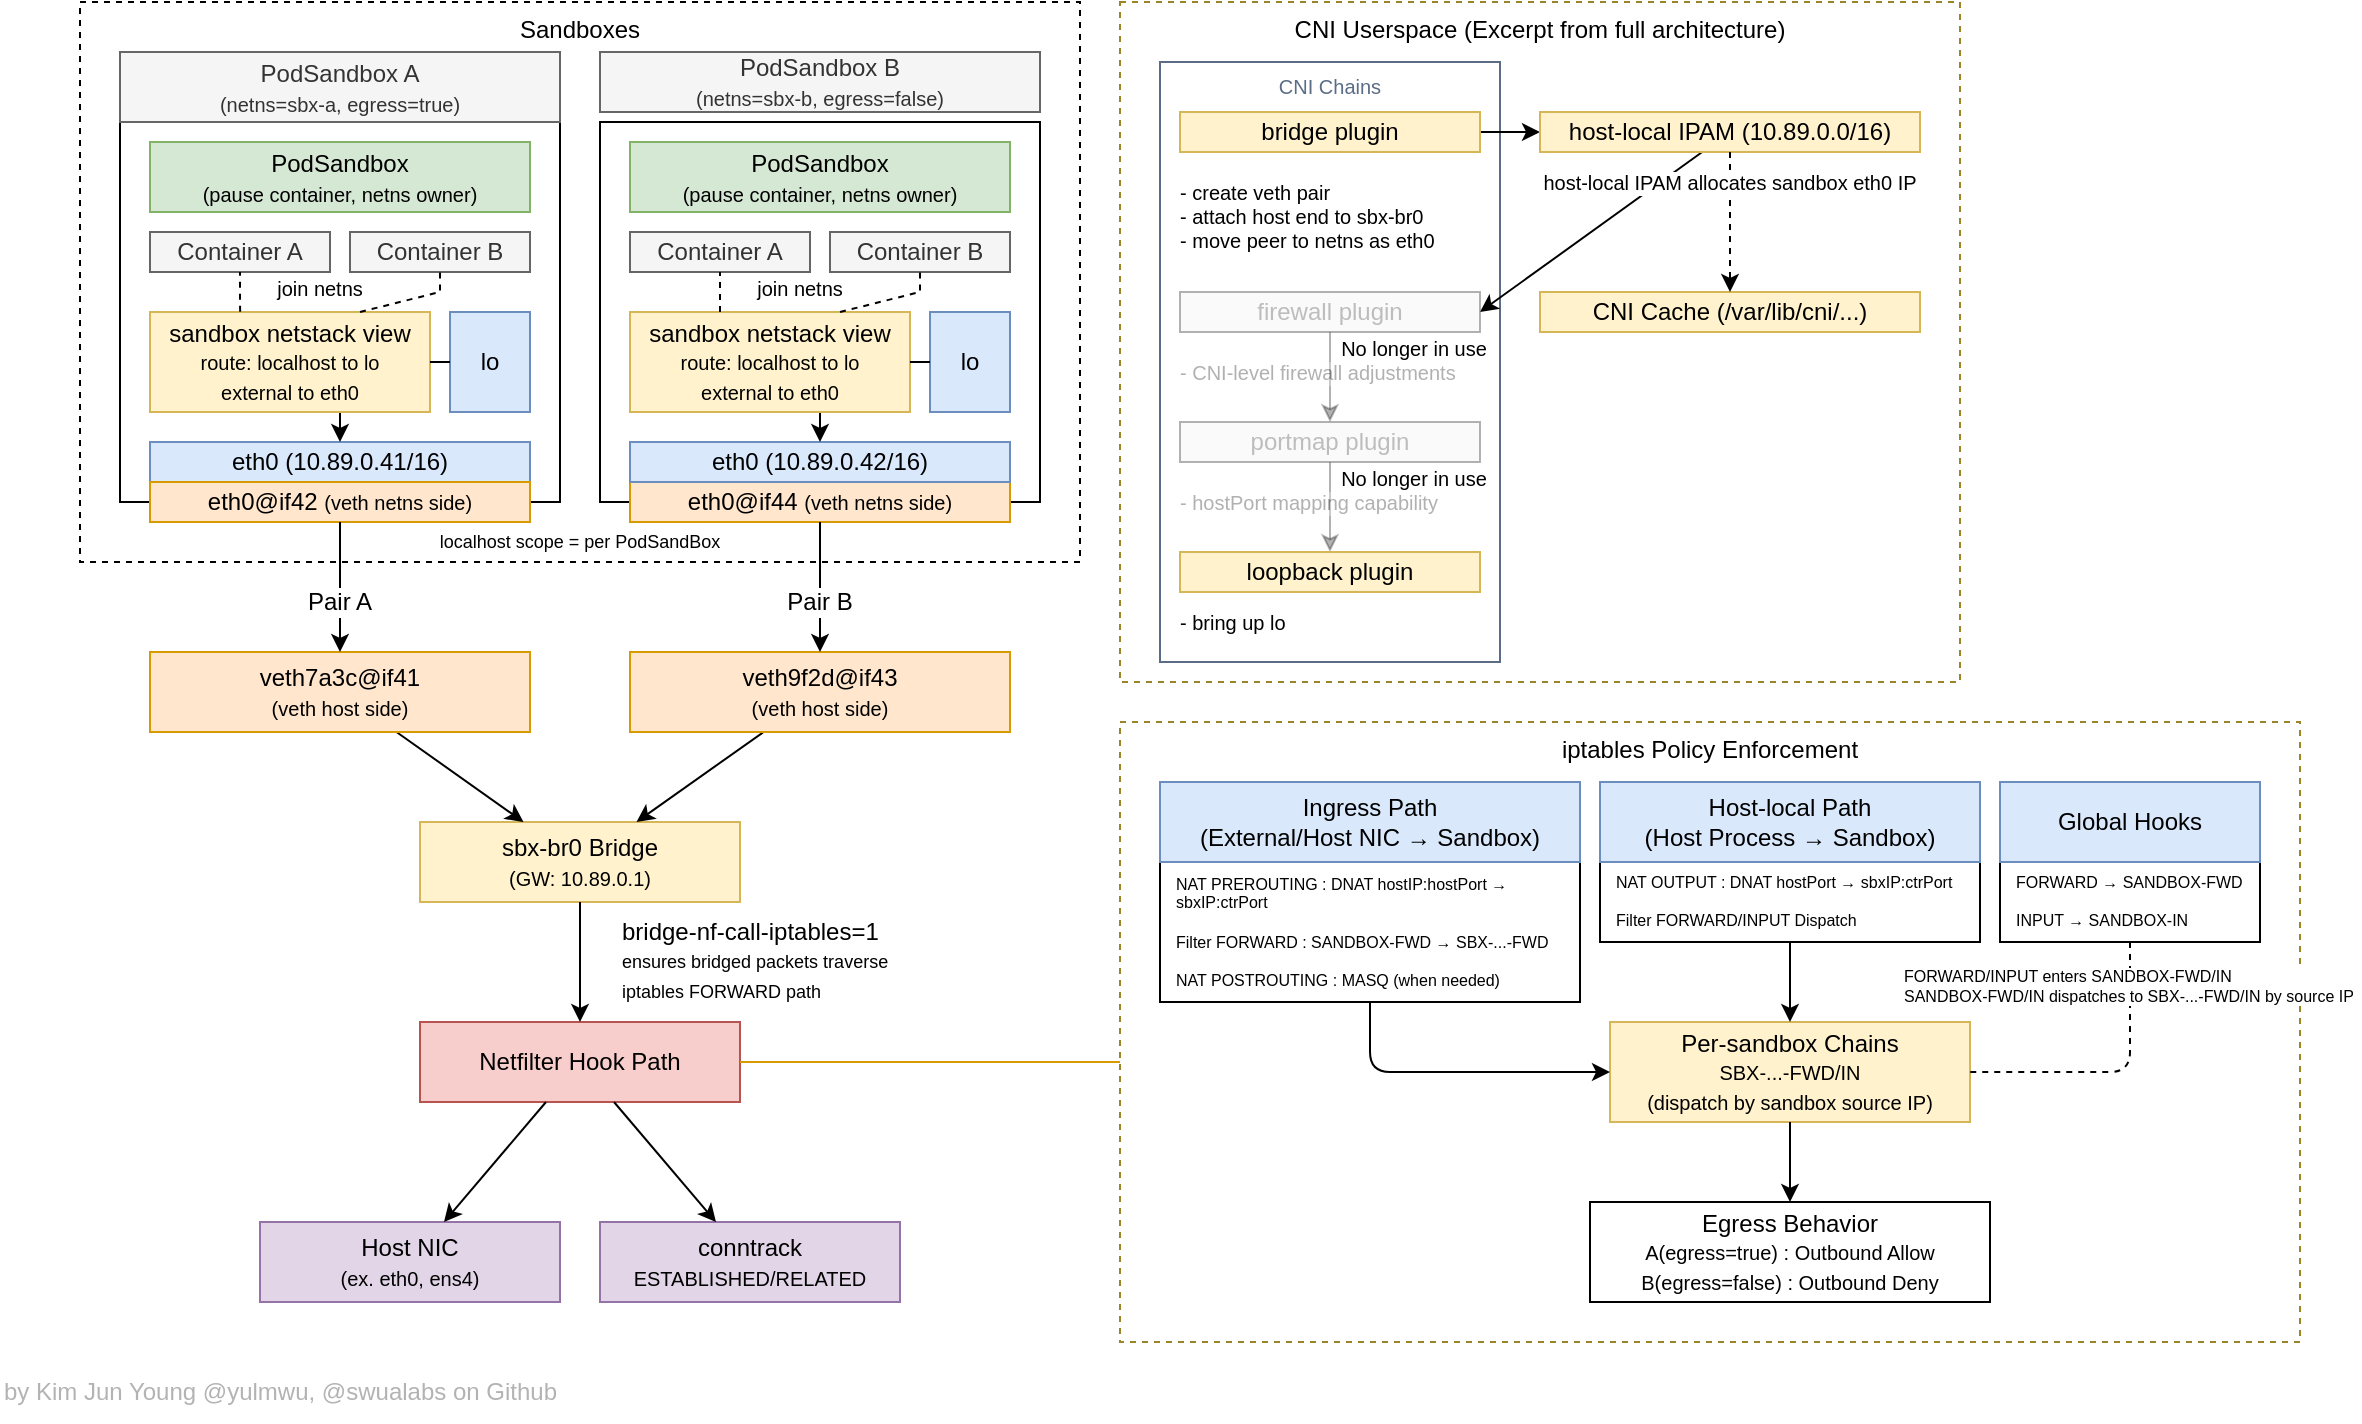
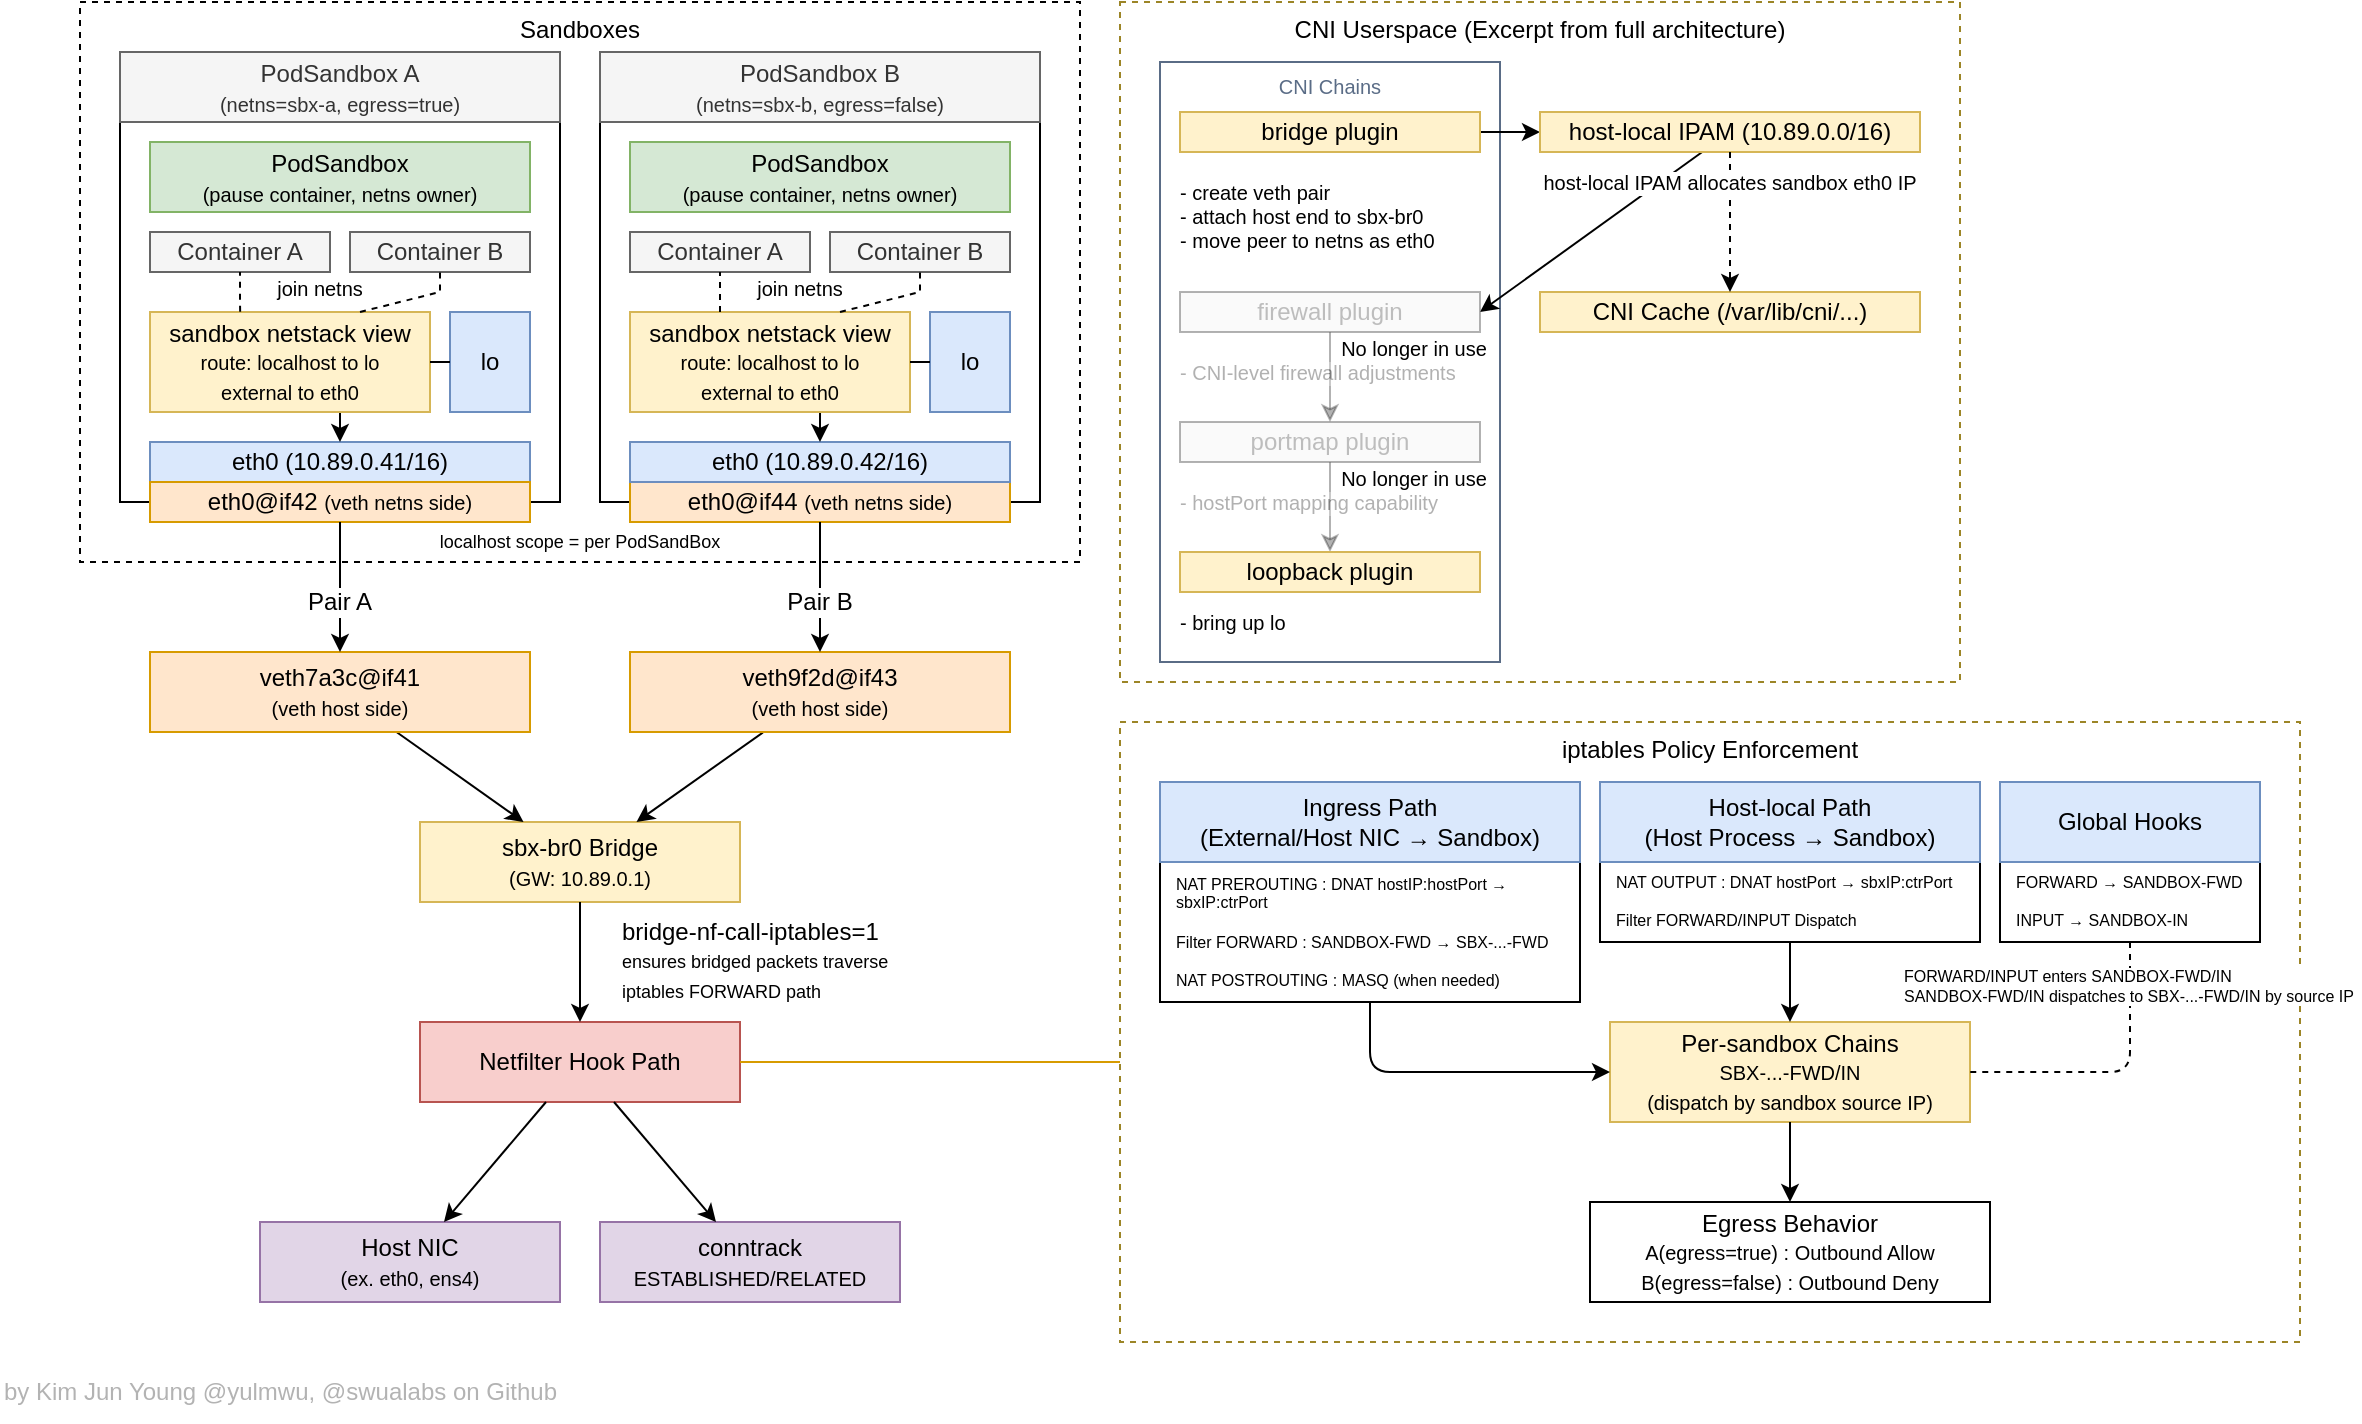
<mxfile host="Electron" scale="3" border="10">
  <diagram name="페이지-1" id="UF--blD3G9ZxMvLRWmGi">
-     <mxGraphModel dx="1778" dy="1039" grid="1" gridSize="10" guides="1" tooltips="1" connect="1" arrows="1" fold="1" page="1" pageScale="1" pageWidth="3300" pageHeight="4681" math="0" shadow="0">
+     <mxGraphModel dx="802" dy="505" grid="1" gridSize="10" guides="1" tooltips="1" connect="1" arrows="1" fold="1" page="1" pageScale="1" pageWidth="3300" pageHeight="4681" math="0" shadow="0">
      <root>
        <mxCell id="0" />
        <mxCell id="1" parent="0" />
        <mxCell id="LPTPCxmP-7b9D6Za-Sxr-2" parent="1" style="fillColor=none;strokeColor=#000000;verticalAlign=top;fontStyle=0;fontColor=#000000;whiteSpace=wrap;html=1;dashed=1;fontFamily=Helvetica;" value="Sandboxes" vertex="1">
          <mxGeometry height="280" width="500" x="920" y="90" as="geometry" />
        </mxCell>
        <mxCell id="LPTPCxmP-7b9D6Za-Sxr-4" parent="1" style="rounded=0;whiteSpace=wrap;html=1;fontFamily=Helvetica;" value="" vertex="1">
          <mxGeometry height="190" width="220" x="940" y="150" as="geometry" />
        </mxCell>
        <mxCell id="LPTPCxmP-7b9D6Za-Sxr-5" parent="1" style="rounded=0;whiteSpace=wrap;html=1;fontFamily=Helvetica;" value="" vertex="1">
          <mxGeometry height="190" width="220" x="1180" y="150" as="geometry" />
        </mxCell>
        <mxCell id="LPTPCxmP-7b9D6Za-Sxr-1" parent="1" style="rounded=0;whiteSpace=wrap;html=1;fillColor=#f5f5f5;strokeColor=#666666;fontColor=#333333;fontFamily=Helvetica;" value="PodSandbox A&lt;br&gt;&lt;font style=&quot;font-size: 10px;&quot;&gt;(netns=sbx-a, egress=true)&lt;/font&gt;" vertex="1">
          <mxGeometry height="35" width="220" x="940" y="115" as="geometry" />
        </mxCell>
        <mxCell id="LPTPCxmP-7b9D6Za-Sxr-3" parent="1" style="rounded=0;whiteSpace=wrap;html=1;fillColor=#f5f5f5;strokeColor=#666666;fontColor=#333333;fontFamily=Helvetica;" value="PodSandbox B&lt;div&gt;&lt;font style=&quot;font-size: 10px;&quot;&gt;(netns=sbx-b, egress=false)&lt;/font&gt;&lt;/div&gt;" vertex="1">
-           <mxGeometry height="30" width="220" x="1180" y="115" as="geometry" />
+           <mxGeometry height="35" width="220" x="1180" y="115" as="geometry" />
        </mxCell>
        <mxCell id="LPTPCxmP-7b9D6Za-Sxr-6" parent="1" style="rounded=0;whiteSpace=wrap;html=1;fillColor=#dae8fc;strokeColor=#6c8ebf;fontFamily=Helvetica;" value="eth0 (10.89.0.41/16)" vertex="1">
          <mxGeometry height="20" width="190" x="955" y="310" as="geometry" />
        </mxCell>
        <mxCell id="LPTPCxmP-7b9D6Za-Sxr-7" parent="1" style="rounded=0;whiteSpace=wrap;html=1;fillColor=#ffe6cc;strokeColor=#d79b00;fontFamily=Helvetica;" value="eth0@if42 &lt;font style=&quot;font-size: 10px;&quot;&gt;(veth netns side)&lt;/font&gt;" vertex="1">
          <mxGeometry height="20" width="190" x="955" y="330" as="geometry" />
        </mxCell>
        <mxCell id="LPTPCxmP-7b9D6Za-Sxr-8" parent="1" style="rounded=0;whiteSpace=wrap;html=1;fillColor=#ffe6cc;strokeColor=#d79b00;fontFamily=Helvetica;" value="eth0@if44 &lt;font style=&quot;font-size: 10px;&quot;&gt;(veth netns side)&lt;/font&gt;" vertex="1">
          <mxGeometry height="20" width="190" x="1195" y="330" as="geometry" />
        </mxCell>
        <mxCell id="LPTPCxmP-7b9D6Za-Sxr-9" parent="1" style="rounded=0;whiteSpace=wrap;html=1;fillColor=#dae8fc;strokeColor=#6c8ebf;fontFamily=Helvetica;" value="eth0 (10.89.0.42/16)" vertex="1">
          <mxGeometry height="20" width="190" x="1195" y="310" as="geometry" />
        </mxCell>
        <mxCell id="LPTPCxmP-7b9D6Za-Sxr-10" parent="1" style="rounded=0;whiteSpace=wrap;html=1;fillColor=#f5f5f5;strokeColor=#666666;fontColor=#333333;fontFamily=Helvetica;" value="Container A" vertex="1">
          <mxGeometry height="20" width="90" x="955" y="205" as="geometry" />
        </mxCell>
        <mxCell id="LPTPCxmP-7b9D6Za-Sxr-11" parent="1" style="rounded=0;whiteSpace=wrap;html=1;fillColor=#f5f5f5;strokeColor=#666666;fontColor=#333333;fontFamily=Helvetica;" value="Container B" vertex="1">
          <mxGeometry height="20" width="90" x="1055" y="205" as="geometry" />
        </mxCell>
        <mxCell id="LPTPCxmP-7b9D6Za-Sxr-25" edge="1" parent="1" source="LPTPCxmP-7b9D6Za-Sxr-13" style="edgeStyle=orthogonalEdgeStyle;rounded=0;orthogonalLoop=1;jettySize=auto;html=1;fontFamily=Helvetica;" target="LPTPCxmP-7b9D6Za-Sxr-6">
          <mxGeometry relative="1" as="geometry">
            <Array as="points">
              <mxPoint x="1050" y="300" />
              <mxPoint x="1050" y="300" />
            </Array>
          </mxGeometry>
        </mxCell>
        <mxCell id="LPTPCxmP-7b9D6Za-Sxr-13" parent="1" style="rounded=0;whiteSpace=wrap;html=1;fillColor=#fff2cc;strokeColor=#d6b656;fontFamily=Helvetica;" value="sandbox netstack view&lt;br&gt;&lt;font style=&quot;font-size: 10px;&quot;&gt;route: localhost to lo&lt;br&gt;external to eth0&lt;/font&gt;" vertex="1">
          <mxGeometry height="50" width="140" x="955" y="245" as="geometry" />
        </mxCell>
        <mxCell id="LPTPCxmP-7b9D6Za-Sxr-14" parent="1" style="rounded=0;whiteSpace=wrap;html=1;fillColor=#dae8fc;strokeColor=#6c8ebf;fontFamily=Helvetica;" value="lo" vertex="1">
          <mxGeometry height="50" width="40" x="1105" y="245" as="geometry" />
        </mxCell>
        <mxCell id="LPTPCxmP-7b9D6Za-Sxr-20" edge="1" parent="1" source="LPTPCxmP-7b9D6Za-Sxr-13" style="endArrow=none;html=1;rounded=0;fontFamily=Helvetica;" target="LPTPCxmP-7b9D6Za-Sxr-14" value="">
          <mxGeometry height="50" relative="1" width="50" as="geometry">
            <mxPoint x="1165" y="310" as="sourcePoint" />
            <mxPoint x="1215" y="260" as="targetPoint" />
          </mxGeometry>
        </mxCell>
        <mxCell id="LPTPCxmP-7b9D6Za-Sxr-28" edge="1" parent="1" style="edgeStyle=orthogonalEdgeStyle;rounded=0;orthogonalLoop=1;jettySize=auto;html=1;fontFamily=Helvetica;">
          <mxGeometry relative="1" as="geometry">
            <Array as="points">
              <mxPoint x="1290" y="300" />
              <mxPoint x="1290" y="300" />
            </Array>
            <mxPoint x="1290.0285714285715" y="290" as="sourcePoint" />
            <mxPoint x="1290" y="310" as="targetPoint" />
          </mxGeometry>
        </mxCell>
        <mxCell id="LPTPCxmP-7b9D6Za-Sxr-34" parent="1" style="fillColor=none;strokeColor=#9C8527;verticalAlign=top;fontStyle=0;fontColor=#000000;whiteSpace=wrap;html=1;dashed=1;fontFamily=Helvetica;" value="CNI Userspace (Excerpt from full architecture)" vertex="1">
          <mxGeometry height="340" width="420" x="1440" y="90" as="geometry" />
        </mxCell>
        <mxCell id="LPTPCxmP-7b9D6Za-Sxr-35" parent="1" style="fillColor=none;strokeColor=#5A6C86;verticalAlign=top;fontStyle=0;fontColor=#5A6C86;whiteSpace=wrap;html=1;labelBackgroundColor=default;fontSize=10;fontFamily=Helvetica;" value="CNI Chains" vertex="1">
          <mxGeometry height="300" width="170" x="1460" y="120" as="geometry" />
        </mxCell>
        <mxCell id="LPTPCxmP-7b9D6Za-Sxr-54" edge="1" parent="1" source="LPTPCxmP-7b9D6Za-Sxr-41" style="rounded=0;orthogonalLoop=1;jettySize=auto;entryX=1;entryY=0.5;entryDx=0;entryDy=0;fontFamily=Helvetica;" target="LPTPCxmP-7b9D6Za-Sxr-37" value="">
          <mxGeometry relative="1" as="geometry" />
        </mxCell>
        <mxCell id="LPTPCxmP-7b9D6Za-Sxr-60" edge="1" parent="1" source="LPTPCxmP-7b9D6Za-Sxr-36" style="edgeStyle=orthogonalEdgeStyle;rounded=0;orthogonalLoop=1;jettySize=auto;html=1;fontFamily=Helvetica;" target="LPTPCxmP-7b9D6Za-Sxr-41">
          <mxGeometry relative="1" as="geometry" />
        </mxCell>
        <mxCell id="LPTPCxmP-7b9D6Za-Sxr-36" parent="1" style="rounded=0;whiteSpace=wrap;html=1;fillColor=#fff2cc;strokeColor=#d6b656;fontFamily=Helvetica;" value="bridge plugin" vertex="1">
          <mxGeometry height="20" width="150" x="1470" y="145" as="geometry" />
        </mxCell>
        <mxCell id="LPTPCxmP-7b9D6Za-Sxr-56" edge="1" parent="1" source="LPTPCxmP-7b9D6Za-Sxr-37" style="edgeStyle=orthogonalEdgeStyle;rounded=0;orthogonalLoop=1;jettySize=auto;html=1;textOpacity=30;opacity=30;fontFamily=Helvetica;" target="LPTPCxmP-7b9D6Za-Sxr-38">
          <mxGeometry relative="1" as="geometry" />
        </mxCell>
        <mxCell id="LPTPCxmP-7b9D6Za-Sxr-37" parent="1" style="rounded=0;whiteSpace=wrap;html=1;fillColor=#f5f5f5;strokeColor=#666666;textOpacity=30;fontColor=#333333;opacity=50;fontFamily=Helvetica;" value="firewall plugin" vertex="1">
          <mxGeometry height="20" width="150" x="1470" y="235" as="geometry" />
        </mxCell>
        <mxCell id="LPTPCxmP-7b9D6Za-Sxr-58" edge="1" parent="1" source="LPTPCxmP-7b9D6Za-Sxr-38" style="edgeStyle=orthogonalEdgeStyle;rounded=0;orthogonalLoop=1;jettySize=auto;html=1;textOpacity=30;opacity=30;fontFamily=Helvetica;" target="LPTPCxmP-7b9D6Za-Sxr-39">
          <mxGeometry relative="1" as="geometry" />
        </mxCell>
        <mxCell id="LPTPCxmP-7b9D6Za-Sxr-38" parent="1" style="rounded=0;whiteSpace=wrap;html=1;fillColor=#f5f5f5;strokeColor=#666666;textOpacity=30;fontColor=#333333;opacity=50;fontFamily=Helvetica;" value="portmap plugin" vertex="1">
          <mxGeometry height="20" width="150" x="1470" y="300" as="geometry" />
        </mxCell>
        <mxCell id="LPTPCxmP-7b9D6Za-Sxr-39" parent="1" style="rounded=0;whiteSpace=wrap;html=1;fillColor=#fff2cc;strokeColor=#d6b656;fontFamily=Helvetica;" value="loopback plugin" vertex="1">
          <mxGeometry height="20" width="150" x="1470" y="365" as="geometry" />
        </mxCell>
        <mxCell id="LPTPCxmP-7b9D6Za-Sxr-40" parent="1" style="rounded=0;whiteSpace=wrap;html=1;fillColor=#fff2cc;strokeColor=#d6b656;fontFamily=Helvetica;" value="CNI Cache (/var/lib/cni/...)" vertex="1">
          <mxGeometry height="20" width="190" x="1650" y="235" as="geometry" />
        </mxCell>
        <mxCell id="LPTPCxmP-7b9D6Za-Sxr-41" parent="1" style="rounded=0;whiteSpace=wrap;html=1;fillColor=#fff2cc;strokeColor=#d6b656;fontFamily=Helvetica;" value="host-local IPAM (10.89.0.0/16)" vertex="1">
          <mxGeometry height="20" width="190" x="1650" y="145" as="geometry" />
        </mxCell>
        <mxCell id="LPTPCxmP-7b9D6Za-Sxr-53" edge="1" parent="1" source="LPTPCxmP-7b9D6Za-Sxr-41" style="edgeStyle=orthogonalEdgeStyle;rounded=0;orthogonalLoop=1;jettySize=auto;html=1;dashed=1;fontFamily=Helvetica;" target="LPTPCxmP-7b9D6Za-Sxr-40">
          <mxGeometry relative="1" as="geometry" />
        </mxCell>
        <mxCell id="LPTPCxmP-7b9D6Za-Sxr-43" parent="1" style="rounded=0;whiteSpace=wrap;html=1;fillColor=#fff2cc;strokeColor=#d6b656;fontFamily=Helvetica;" value="sbx-br0 Bridge&lt;br&gt;&lt;font style=&quot;font-size: 10px;&quot;&gt;(GW: 10.89.0.1)&lt;/font&gt;" vertex="1">
          <mxGeometry height="40" width="160" x="1090" y="500" as="geometry" />
        </mxCell>
        <mxCell id="LPTPCxmP-7b9D6Za-Sxr-42" parent="1" style="text;whiteSpace=wrap;strokeColor=none;fillColor=none;align=center;verticalAlign=middle;rounded=0;fontSize=10;spacing=0;labelBackgroundColor=default;fontFamily=Helvetica;" value="host-local IPAM allocates sandbox eth0 IP" vertex="1">
          <mxGeometry height="30" width="240" x="1625" y="165" as="geometry" />
        </mxCell>
        <mxCell id="LPTPCxmP-7b9D6Za-Sxr-44" parent="1" style="text;whiteSpace=wrap;strokeColor=none;fillColor=none;align=left;verticalAlign=top;rounded=0;spacing=0;labelBackgroundColor=default;fontSize=10;fontFamily=Helvetica;" value="- create veth pair&#xa;- attach host end to sbx-br0&#xa;- move peer to netns as eth0" vertex="1">
          <mxGeometry height="30" width="170" x="1470" y="175" as="geometry" />
        </mxCell>
        <mxCell id="LPTPCxmP-7b9D6Za-Sxr-55" parent="1" style="text;whiteSpace=wrap;strokeColor=none;fillColor=none;align=left;verticalAlign=top;rounded=0;spacing=0;labelBackgroundColor=default;fontSize=10;textOpacity=30;fontFamily=Helvetica;" value="- CNI-level firewall adjustments" vertex="1">
          <mxGeometry height="30" width="170" x="1470" y="265" as="geometry" />
        </mxCell>
        <mxCell id="LPTPCxmP-7b9D6Za-Sxr-57" parent="1" style="text;whiteSpace=wrap;strokeColor=none;fillColor=none;align=left;verticalAlign=top;rounded=0;spacing=0;labelBackgroundColor=default;fontSize=10;textOpacity=30;fontFamily=Helvetica;" value="- hostPort mapping capability" vertex="1">
          <mxGeometry height="30" width="170" x="1470" y="330" as="geometry" />
        </mxCell>
        <mxCell id="LPTPCxmP-7b9D6Za-Sxr-59" parent="1" style="text;whiteSpace=wrap;strokeColor=none;fillColor=none;align=left;verticalAlign=top;rounded=0;spacing=0;labelBackgroundColor=default;fontSize=10;fontFamily=Helvetica;" value="- bring up lo" vertex="1">
          <mxGeometry height="30" width="170" x="1470" y="390" as="geometry" />
        </mxCell>
        <mxCell id="acDl6sFyb50a_xbPLVYj-8" edge="1" parent="1" source="LPTPCxmP-7b9D6Za-Sxr-61" style="rounded=0;orthogonalLoop=1;jettySize=auto;html=1;fontFamily=Helvetica;" target="LPTPCxmP-7b9D6Za-Sxr-43">
          <mxGeometry relative="1" as="geometry" />
        </mxCell>
        <mxCell id="LPTPCxmP-7b9D6Za-Sxr-61" parent="1" style="rounded=0;whiteSpace=wrap;html=1;fillColor=#ffe6cc;strokeColor=#d79b00;fontFamily=Helvetica;" value="veth7a3c@if41&lt;br&gt;&lt;div&gt;&lt;font style=&quot;font-size: 10px;&quot;&gt;(veth host side)&lt;/font&gt;&lt;/div&gt;" vertex="1">
          <mxGeometry height="40" width="190" x="955" y="415" as="geometry" />
        </mxCell>
        <mxCell id="acDl6sFyb50a_xbPLVYj-9" edge="1" parent="1" source="LPTPCxmP-7b9D6Za-Sxr-62" style="rounded=0;orthogonalLoop=1;jettySize=auto;html=1;fontFamily=Helvetica;" target="LPTPCxmP-7b9D6Za-Sxr-43">
          <mxGeometry relative="1" as="geometry" />
        </mxCell>
        <mxCell id="LPTPCxmP-7b9D6Za-Sxr-62" parent="1" style="rounded=0;whiteSpace=wrap;html=1;fillColor=#ffe6cc;strokeColor=#d79b00;fontFamily=Helvetica;" value="veth9f2d@if43&lt;div&gt;&lt;font style=&quot;font-size: 10px;&quot;&gt;(veth host side)&lt;/font&gt;&lt;/div&gt;" vertex="1">
          <mxGeometry height="40" width="190" x="1195" y="415" as="geometry" />
        </mxCell>
        <mxCell id="acDl6sFyb50a_xbPLVYj-2" edge="1" parent="1" source="LPTPCxmP-7b9D6Za-Sxr-8" style="rounded=0;orthogonalLoop=1;jettySize=auto;html=1;fontFamily=Helvetica;" target="LPTPCxmP-7b9D6Za-Sxr-62">
          <mxGeometry relative="1" as="geometry">
            <mxPoint x="1210" y="440" as="sourcePoint" />
            <mxPoint x="1210" y="480" as="targetPoint" />
          </mxGeometry>
        </mxCell>
        <mxCell id="acDl6sFyb50a_xbPLVYj-3" edge="1" parent="1" source="LPTPCxmP-7b9D6Za-Sxr-7" style="endArrow=classic;html=1;rounded=0;fontFamily=Helvetica;" target="LPTPCxmP-7b9D6Za-Sxr-61" value="">
          <mxGeometry height="50" relative="1" width="50" as="geometry">
            <mxPoint x="1160" y="410" as="sourcePoint" />
            <mxPoint x="1210" y="360" as="targetPoint" />
          </mxGeometry>
        </mxCell>
        <mxCell id="acDl6sFyb50a_xbPLVYj-5" parent="1" style="text;html=1;whiteSpace=wrap;strokeColor=none;fillColor=none;align=center;verticalAlign=middle;rounded=0;labelBackgroundColor=default;fontFamily=Helvetica;" value="Pair A" vertex="1">
          <mxGeometry height="30" width="60" x="1020" y="375" as="geometry" />
        </mxCell>
        <mxCell id="acDl6sFyb50a_xbPLVYj-6" parent="1" style="text;html=1;whiteSpace=wrap;strokeColor=none;fillColor=none;align=center;verticalAlign=middle;rounded=0;labelBackgroundColor=default;fontFamily=Helvetica;" value="Pair B" vertex="1">
          <mxGeometry height="30" width="60" x="1260" y="375" as="geometry" />
        </mxCell>
        <mxCell id="acDl6sFyb50a_xbPLVYj-11" parent="1" style="rounded=0;whiteSpace=wrap;html=1;fillColor=#f8cecc;strokeColor=#b85450;fontFamily=Helvetica;" value="Netfilter Hook Path" vertex="1">
          <mxGeometry height="40" width="160" x="1090" y="600" as="geometry" />
        </mxCell>
        <mxCell id="acDl6sFyb50a_xbPLVYj-12" edge="1" parent="1" source="LPTPCxmP-7b9D6Za-Sxr-43" style="rounded=0;orthogonalLoop=1;jettySize=auto;html=1;fontFamily=Helvetica;" target="acDl6sFyb50a_xbPLVYj-11">
          <mxGeometry relative="1" as="geometry">
            <mxPoint x="1150" y="500" as="sourcePoint" />
            <mxPoint x="1220" y="560" as="targetPoint" />
          </mxGeometry>
        </mxCell>
        <mxCell id="acDl6sFyb50a_xbPLVYj-13" parent="1" style="rounded=0;whiteSpace=wrap;html=1;fillColor=#e1d5e7;strokeColor=#9673a6;fontFamily=Helvetica;" value="Host NIC&lt;div&gt;&lt;font style=&quot;font-size: 10px;&quot;&gt;(ex. eth0, ens4)&lt;/font&gt;&lt;/div&gt;" vertex="1">
          <mxGeometry height="40" width="150" x="1010" y="700" as="geometry" />
        </mxCell>
        <mxCell id="acDl6sFyb50a_xbPLVYj-14" parent="1" style="rounded=0;whiteSpace=wrap;html=1;fillColor=#e1d5e7;strokeColor=#9673a6;fontFamily=Helvetica;" value="conntrack&lt;br&gt;&lt;font style=&quot;font-size: 10px;&quot;&gt;ESTABLISHED/RELATED&lt;/font&gt;" vertex="1">
          <mxGeometry height="40" width="150" x="1180" y="700" as="geometry" />
        </mxCell>
        <mxCell id="acDl6sFyb50a_xbPLVYj-15" edge="1" parent="1" source="acDl6sFyb50a_xbPLVYj-11" style="rounded=0;orthogonalLoop=1;jettySize=auto;html=1;fontFamily=Helvetica;" target="acDl6sFyb50a_xbPLVYj-13">
          <mxGeometry relative="1" as="geometry">
            <mxPoint x="1190" y="610" as="sourcePoint" />
            <mxPoint x="1190" y="670" as="targetPoint" />
          </mxGeometry>
        </mxCell>
        <mxCell id="acDl6sFyb50a_xbPLVYj-16" edge="1" parent="1" source="acDl6sFyb50a_xbPLVYj-11" style="rounded=0;orthogonalLoop=1;jettySize=auto;html=1;fontFamily=Helvetica;" target="acDl6sFyb50a_xbPLVYj-14">
          <mxGeometry relative="1" as="geometry">
            <mxPoint x="1231" y="660" as="sourcePoint" />
            <mxPoint x="1180" y="720" as="targetPoint" />
          </mxGeometry>
        </mxCell>
        <mxCell id="acDl6sFyb50a_xbPLVYj-17" parent="1" style="text;html=1;whiteSpace=wrap;strokeColor=none;fillColor=none;align=left;verticalAlign=middle;rounded=0;fontFamily=Helvetica;" value="bridge-nf-call-iptables=1&lt;br&gt;&lt;font style=&quot;font-size: 9px;&quot;&gt;ensures bridged packets traverse iptables FORWARD path&lt;/font&gt;" vertex="1">
          <mxGeometry height="30" width="167.5" x="1189" y="554" as="geometry" />
        </mxCell>
        <mxCell id="acDl6sFyb50a_xbPLVYj-23" edge="1" parent="1" source="acDl6sFyb50a_xbPLVYj-18" style="edgeStyle=orthogonalEdgeStyle;rounded=0;orthogonalLoop=1;jettySize=auto;html=1;endArrow=none;endFill=0;fillColor=#ffe6cc;strokeColor=#d79b00;fontFamily=Helvetica;" target="acDl6sFyb50a_xbPLVYj-11">
          <mxGeometry relative="1" as="geometry">
            <Array as="points">
              <mxPoint x="1390" y="620" />
              <mxPoint x="1390" y="620" />
            </Array>
            <mxPoint x="900.0000000000005" y="619.9411764705881" as="sourcePoint" />
          </mxGeometry>
        </mxCell>
        <mxCell id="acDl6sFyb50a_xbPLVYj-18" parent="1" style="fillColor=none;strokeColor=#9C8527;verticalAlign=top;fontStyle=0;fontColor=#000000;whiteSpace=wrap;html=1;dashed=1;fontFamily=Helvetica;" value="iptables Policy Enforcement" vertex="1">
          <mxGeometry height="310" width="590" x="1440" y="450" as="geometry" />
        </mxCell>
        <mxCell id="acDl6sFyb50a_xbPLVYj-21" parent="1" style="rounded=0;whiteSpace=wrap;html=1;fillColor=#fff2cc;strokeColor=#d6b656;fontFamily=Helvetica;" value="Per-sandbox Chains&lt;br&gt;&lt;font style=&quot;font-size: 10px;&quot;&gt;SBX-...-FWD/IN&lt;br&gt;(dispatch by sandbox source IP)&lt;/font&gt;" vertex="1">
          <mxGeometry height="50" width="180" x="1685" y="600" as="geometry" />
        </mxCell>
        <mxCell id="acDl6sFyb50a_xbPLVYj-22" parent="1" style="rounded=0;whiteSpace=wrap;html=1;fontFamily=Helvetica;" value="Egress Behavior&lt;br&gt;&lt;font style=&quot;font-size: 10px;&quot;&gt;A(egress=true) : Outbound Allow&lt;br&gt;B(egress=false) : Outbound Deny&lt;/font&gt;" vertex="1">
          <mxGeometry height="50" width="200" x="1675" y="690" as="geometry" />
        </mxCell>
        <mxCell id="acDl6sFyb50a_xbPLVYj-26" edge="1" parent="1" source="acDl6sFyb50a_xbPLVYj-21" style="rounded=0;orthogonalLoop=1;jettySize=auto;html=1;fontFamily=Helvetica;" target="acDl6sFyb50a_xbPLVYj-22">
          <mxGeometry relative="1" as="geometry">
            <mxPoint x="1830" y="600" as="sourcePoint" />
            <mxPoint x="1878" y="645" as="targetPoint" />
          </mxGeometry>
        </mxCell>
        <mxCell id="acDl6sFyb50a_xbPLVYj-40" parent="1" style="text;whiteSpace=wrap;strokeColor=none;fillColor=none;align=center;verticalAlign=middle;rounded=0;fontSize=10;fontFamily=Helvetica;" value="No longer in use" vertex="1">
          <mxGeometry height="30" width="100" x="1537" y="248" as="geometry" />
        </mxCell>
        <mxCell id="acDl6sFyb50a_xbPLVYj-41" parent="1" style="text;whiteSpace=wrap;strokeColor=none;fillColor=none;align=center;verticalAlign=middle;rounded=0;fontSize=10;fontFamily=Helvetica;" value="No longer in use" vertex="1">
          <mxGeometry height="30" width="100" x="1537" y="313" as="geometry" />
        </mxCell>
        <mxCell id="JsCN48lBzRU3WJdvRAJt-2" parent="1" style="rounded=0;whiteSpace=wrap;fontSize=8;align=left;spacingLeft=6;convertToSvg=0;svgWhiteSpace=wrap;fontFamily=Helvetica;" value="NAT PREROUTING : DNAT hostIP:hostPort → sbxIP:ctrPort&#xa;&#xa;Filter FORWARD : SANDBOX-FWD → SBX-...-FWD&#xa;&#xa;NAT POSTROUTING : MASQ (when needed)" vertex="1">
          <mxGeometry height="70" width="210" x="1460" y="520" as="geometry" />
        </mxCell>
        <mxCell id="JsCN48lBzRU3WJdvRAJt-1" parent="1" style="rounded=0;whiteSpace=wrap;html=1;fillColor=#dae8fc;strokeColor=#6c8ebf;fontFamily=Helvetica;" value="Ingress Path&lt;br&gt;(External/Host NIC&amp;nbsp;→ Sandbox)" vertex="1">
          <mxGeometry height="40" width="210" x="1460" y="480" as="geometry" />
        </mxCell>
        <mxCell id="JsCN48lBzRU3WJdvRAJt-10" edge="1" parent="1" source="JsCN48lBzRU3WJdvRAJt-3" style="edgeStyle=orthogonalEdgeStyle;rounded=0;orthogonalLoop=1;jettySize=auto;html=1;fontFamily=Helvetica;" target="acDl6sFyb50a_xbPLVYj-21">
          <mxGeometry relative="1" as="geometry">
            <Array as="points">
              <mxPoint x="1775" y="590" />
              <mxPoint x="1775" y="590" />
            </Array>
          </mxGeometry>
        </mxCell>
        <mxCell id="JsCN48lBzRU3WJdvRAJt-3" parent="1" style="rounded=0;whiteSpace=wrap;fontSize=8;align=left;spacingLeft=6;convertToSvg=0;svgWhiteSpace=wrap;fontFamily=Helvetica;" value="NAT OUTPUT : DNAT hostPort → sbxIP:ctrPort&#xa;&#xa;Filter FORWARD/INPUT Dispatch" vertex="1">
          <mxGeometry height="40" width="190" x="1680" y="520" as="geometry" />
        </mxCell>
        <mxCell id="JsCN48lBzRU3WJdvRAJt-4" parent="1" style="rounded=0;whiteSpace=wrap;html=1;fillColor=#dae8fc;strokeColor=#6c8ebf;fontFamily=Helvetica;" value="Host-local Path&lt;br&gt;(Host Process&amp;nbsp;→ Sandbox)" vertex="1">
          <mxGeometry height="40" width="190" x="1680" y="480" as="geometry" />
        </mxCell>
        <mxCell id="JsCN48lBzRU3WJdvRAJt-5" parent="1" style="rounded=0;whiteSpace=wrap;fontSize=8;align=left;spacingLeft=6;convertToSvg=0;svgWhiteSpace=wrap;fontFamily=Helvetica;" value="FORWARD → SANDBOX-FWD&#xa;&#xa;INPUT → SANDBOX-IN" vertex="1">
          <mxGeometry height="40" width="130" x="1880" y="520" as="geometry" />
        </mxCell>
        <mxCell id="JsCN48lBzRU3WJdvRAJt-6" parent="1" style="rounded=0;whiteSpace=wrap;html=1;fillColor=#dae8fc;strokeColor=#6c8ebf;fontFamily=Helvetica;" value="Global Hooks" vertex="1">
          <mxGeometry height="40" width="130" x="1880" y="480" as="geometry" />
        </mxCell>
        <mxCell id="JsCN48lBzRU3WJdvRAJt-7" edge="1" parent="1" source="JsCN48lBzRU3WJdvRAJt-5" style="rounded=1;orthogonalLoop=1;jettySize=auto;html=1;exitX=0.5;exitY=1;exitDx=0;exitDy=0;entryX=1;entryY=0.5;entryDx=0;entryDy=0;curved=0;endArrow=none;endFill=0;dashed=1;fontFamily=Helvetica;" target="acDl6sFyb50a_xbPLVYj-21">
          <mxGeometry relative="1" as="geometry">
            <Array as="points">
              <mxPoint x="1945" y="625" />
            </Array>
            <mxPoint x="2217" y="430" as="sourcePoint" />
            <mxPoint x="2287" y="490" as="targetPoint" />
          </mxGeometry>
        </mxCell>
        <mxCell id="JsCN48lBzRU3WJdvRAJt-8" edge="1" parent="1" source="JsCN48lBzRU3WJdvRAJt-2" style="rounded=1;orthogonalLoop=1;jettySize=auto;html=1;entryX=0;entryY=0.5;entryDx=0;entryDy=0;exitX=0.5;exitY=1;exitDx=0;exitDy=0;curved=0;fontFamily=Helvetica;" target="acDl6sFyb50a_xbPLVYj-21">
          <mxGeometry relative="1" as="geometry">
            <Array as="points">
              <mxPoint x="1565" y="625" />
            </Array>
            <mxPoint x="1949" y="640" as="sourcePoint" />
            <mxPoint x="1850" y="675" as="targetPoint" />
          </mxGeometry>
        </mxCell>
        <mxCell id="ncoF0jjkEnC-MWr8Y911-1" parent="1" style="rounded=0;whiteSpace=wrap;html=1;fillColor=#d5e8d4;strokeColor=#82b366;fontFamily=Helvetica;" value="PodSandbox&lt;br&gt;&lt;div&gt;&lt;font style=&quot;font-size: 10px;&quot;&gt;(pause container, netns owner)&lt;/font&gt;&lt;/div&gt;" vertex="1">
          <mxGeometry height="35" width="190" x="955" y="160" as="geometry" />
        </mxCell>
        <mxCell id="ncoF0jjkEnC-MWr8Y911-3" parent="1" style="rounded=0;whiteSpace=wrap;html=1;fillColor=#f5f5f5;strokeColor=#666666;fontColor=#333333;fontFamily=Helvetica;" value="Container A" vertex="1">
          <mxGeometry height="20" width="90" x="1195" y="205" as="geometry" />
        </mxCell>
        <mxCell id="ncoF0jjkEnC-MWr8Y911-4" parent="1" style="rounded=0;whiteSpace=wrap;html=1;fillColor=#f5f5f5;strokeColor=#666666;fontColor=#333333;fontFamily=Helvetica;" value="Container B" vertex="1">
          <mxGeometry height="20" width="90" x="1295" y="205" as="geometry" />
        </mxCell>
        <mxCell id="ncoF0jjkEnC-MWr8Y911-5" parent="1" style="rounded=0;whiteSpace=wrap;html=1;fillColor=#fff2cc;strokeColor=#d6b656;fontFamily=Helvetica;" value="sandbox netstack view&lt;br&gt;&lt;font style=&quot;font-size: 10px;&quot;&gt;route: localhost to lo&lt;br&gt;external to eth0&lt;/font&gt;" vertex="1">
          <mxGeometry height="50" width="140" x="1195" y="245" as="geometry" />
        </mxCell>
        <mxCell id="ncoF0jjkEnC-MWr8Y911-6" parent="1" style="rounded=0;whiteSpace=wrap;html=1;fillColor=#dae8fc;strokeColor=#6c8ebf;fontFamily=Helvetica;" value="lo" vertex="1">
          <mxGeometry height="50" width="40" x="1345" y="245" as="geometry" />
        </mxCell>
        <mxCell id="ncoF0jjkEnC-MWr8Y911-7" edge="1" parent="1" source="ncoF0jjkEnC-MWr8Y911-5" style="endArrow=none;html=1;rounded=0;fontFamily=Helvetica;" target="ncoF0jjkEnC-MWr8Y911-6" value="">
          <mxGeometry height="50" relative="1" width="50" as="geometry">
            <mxPoint x="1405" y="310" as="sourcePoint" />
            <mxPoint x="1455" y="260" as="targetPoint" />
          </mxGeometry>
        </mxCell>
        <mxCell id="ncoF0jjkEnC-MWr8Y911-8" parent="1" style="rounded=0;whiteSpace=wrap;html=1;fillColor=#d5e8d4;strokeColor=#82b366;fontFamily=Helvetica;" value="PodSandbox&lt;br&gt;&lt;div&gt;&lt;font style=&quot;font-size: 10px;&quot;&gt;(pause container, netns owner)&lt;/font&gt;&lt;/div&gt;" vertex="1">
          <mxGeometry height="35" width="190" x="1195" y="160" as="geometry" />
        </mxCell>
        <mxCell id="ncoF0jjkEnC-MWr8Y911-9" edge="1" parent="1" source="LPTPCxmP-7b9D6Za-Sxr-13" style="endArrow=none;dashed=1;html=1;rounded=0;exitX=0.322;exitY=-0.002;exitDx=0;exitDy=0;exitPerimeter=0;fontFamily=Helvetica;" target="LPTPCxmP-7b9D6Za-Sxr-10" value="">
          <mxGeometry height="50" relative="1" width="50" as="geometry">
            <Array as="points">
              <mxPoint x="1000" y="240" />
            </Array>
            <mxPoint x="1100" y="330" as="sourcePoint" />
            <mxPoint x="1150" y="280" as="targetPoint" />
          </mxGeometry>
        </mxCell>
        <mxCell id="ncoF0jjkEnC-MWr8Y911-10" edge="1" parent="1" source="LPTPCxmP-7b9D6Za-Sxr-13" style="endArrow=none;dashed=1;html=1;rounded=0;entryX=0.5;entryY=1;entryDx=0;entryDy=0;exitX=0.75;exitY=0;exitDx=0;exitDy=0;fontFamily=Helvetica;" target="LPTPCxmP-7b9D6Za-Sxr-11" value="">
          <mxGeometry height="50" relative="1" width="50" as="geometry">
            <Array as="points">
              <mxPoint x="1100" y="235" />
            </Array>
            <mxPoint x="1071.875" y="250" as="sourcePoint" />
            <mxPoint x="1100" y="230" as="targetPoint" />
          </mxGeometry>
        </mxCell>
        <mxCell id="ncoF0jjkEnC-MWr8Y911-19" parent="1" style="text;html=1;whiteSpace=wrap;strokeColor=none;fillColor=none;align=center;verticalAlign=middle;rounded=0;fontSize=10;fontFamily=Helvetica;" value="join netns" vertex="1">
          <mxGeometry height="30" width="60" x="1010" y="218" as="geometry" />
        </mxCell>
        <mxCell id="ncoF0jjkEnC-MWr8Y911-26" edge="1" parent="1" style="endArrow=none;dashed=1;html=1;rounded=0;exitX=0.322;exitY=-0.002;exitDx=0;exitDy=0;exitPerimeter=0;fontFamily=Helvetica;" value="">
          <mxGeometry height="50" relative="1" width="50" as="geometry">
            <Array as="points">
              <mxPoint x="1240" y="240" />
            </Array>
            <mxPoint x="1240" y="245" as="sourcePoint" />
            <mxPoint x="1240" y="225" as="targetPoint" />
          </mxGeometry>
        </mxCell>
        <mxCell id="ncoF0jjkEnC-MWr8Y911-27" edge="1" parent="1" style="endArrow=none;dashed=1;html=1;rounded=0;entryX=0.5;entryY=1;entryDx=0;entryDy=0;exitX=0.75;exitY=0;exitDx=0;exitDy=0;fontFamily=Helvetica;" value="">
          <mxGeometry height="50" relative="1" width="50" as="geometry">
            <Array as="points">
              <mxPoint x="1340" y="235" />
            </Array>
            <mxPoint x="1300" y="245" as="sourcePoint" />
            <mxPoint x="1340" y="225" as="targetPoint" />
          </mxGeometry>
        </mxCell>
        <mxCell id="ncoF0jjkEnC-MWr8Y911-28" parent="1" style="text;html=1;whiteSpace=wrap;strokeColor=none;fillColor=none;align=center;verticalAlign=middle;rounded=0;fontSize=10;fontFamily=Helvetica;" value="join netns" vertex="1">
          <mxGeometry height="30" width="60" x="1250" y="218" as="geometry" />
        </mxCell>
        <mxCell id="ncoF0jjkEnC-MWr8Y911-30" parent="1" style="text;html=1;whiteSpace=wrap;strokeColor=none;fillColor=none;align=center;verticalAlign=middle;rounded=0;fontSize=9;fontFamily=Helvetica;" value="localhost scope = per PodSandBox" vertex="1">
          <mxGeometry height="30" width="200" x="1070" y="345" as="geometry" />
        </mxCell>
        <mxCell id="acDl6sFyb50a_xbPLVYj-35" parent="1" style="text;html=1;whiteSpace=wrap;strokeColor=none;fillColor=none;align=left;verticalAlign=middle;rounded=0;fontSize=8;labelBackgroundColor=default;fontFamily=Helvetica;" value="FORWARD/INPUT enters SANDBOX-FWD/IN&lt;br&gt;SANDBOX-FWD/IN dispatches to SBX-...-FWD/IN by source IP" vertex="1">
          <mxGeometry height="30" width="230" x="1830" y="567" as="geometry" />
        </mxCell>
        <mxCell id="ncoF0jjkEnC-MWr8Y911-33" parent="1" style="text;html=1;whiteSpace=wrap;strokeColor=none;fillColor=none;align=left;verticalAlign=middle;rounded=0;fontColor=#B3B3B3;" value="by Kim Jun Young @yulmwu, @swualabs on Github" vertex="1">
          <mxGeometry height="30" width="320" x="880" y="770" as="geometry" />
        </mxCell>
      </root>
    </mxGraphModel>
  </diagram>
</mxfile>
